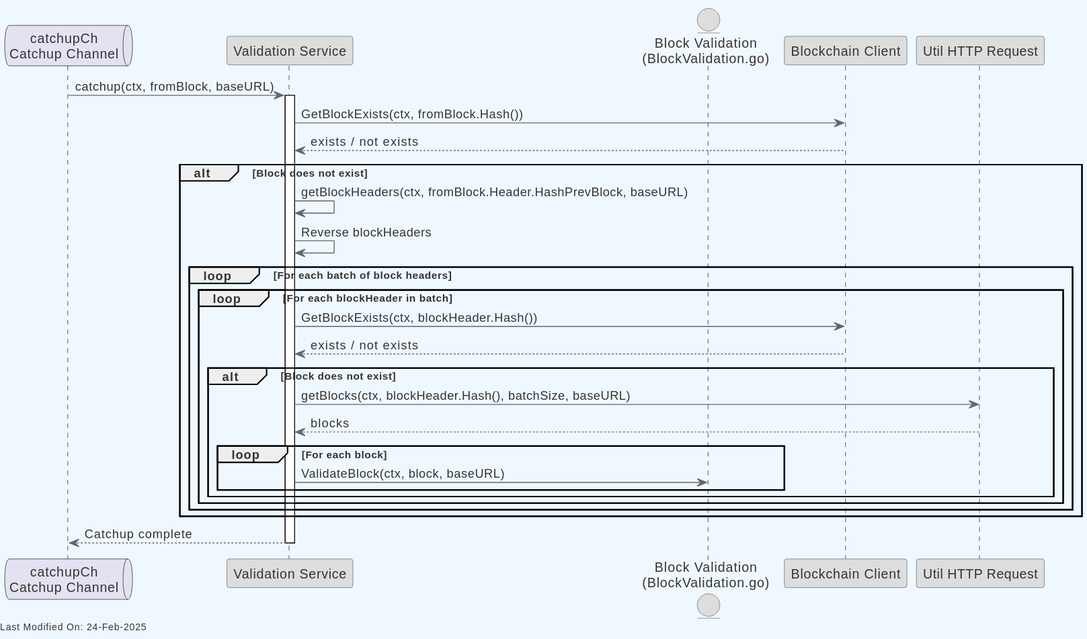
This is docs/topics/services/img/plantuml/blockvalidation/block_validation_p2p_block_catchup.svg from freemans13/teranode, a PlantUML export, as it was before one commit. Its source is kept beside it as docs/topics/services/img/plantuml/blockvalidation/block_validation_p2p_block_catchup.puml.
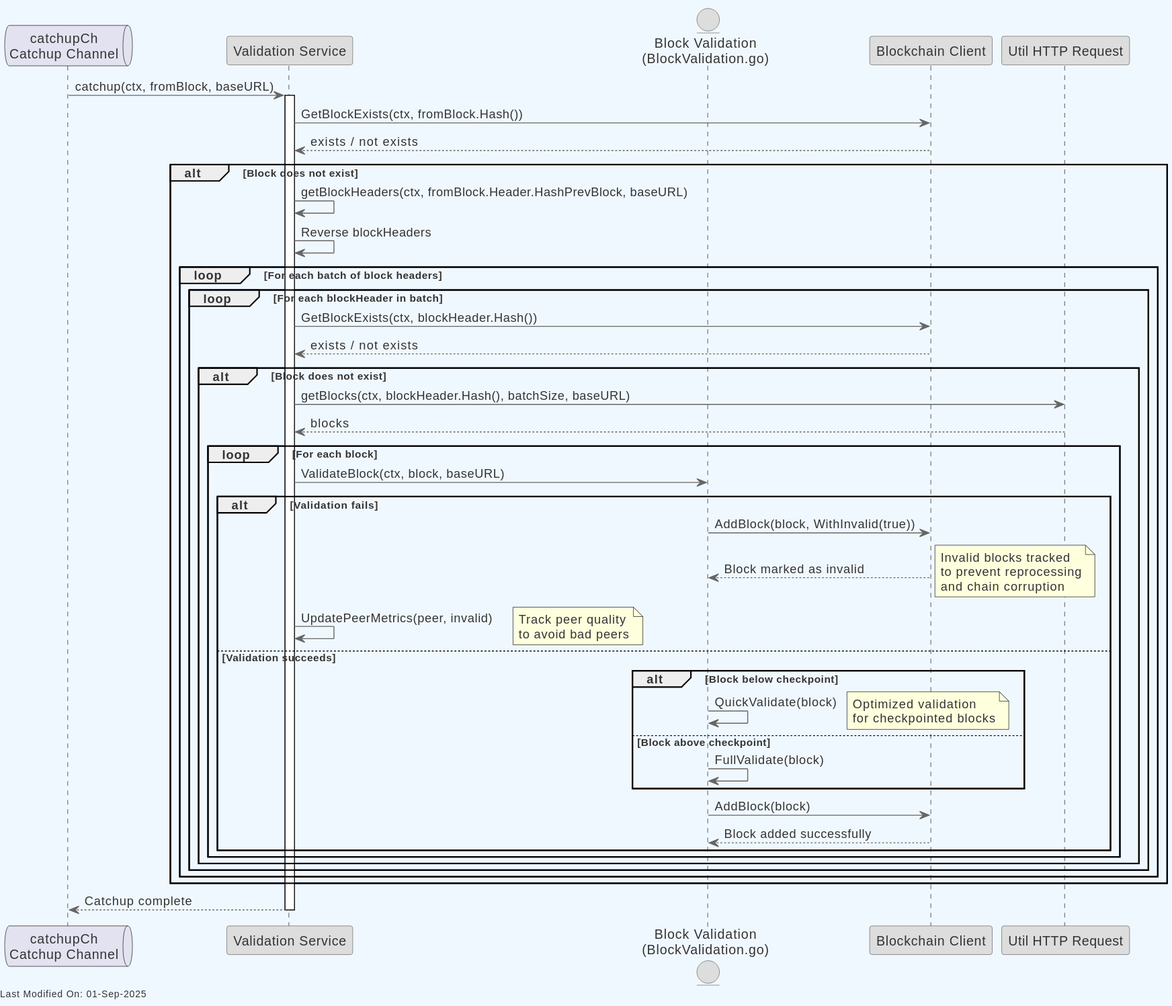
The same file after the commit.

Change to the diagram source:
```diff
@@ -47,6 +47,22 @@
 
                 loop For each block
                     ValidationService -> BVVB: ValidateBlock(ctx, block, baseURL)
+                    alt Validation fails
+                        BVVB -> BC: AddBlock(block, WithInvalid(true))
+                        BC --> BVVB: Block marked as invalid
+                        note right : Invalid blocks tracked\nto prevent reprocessing\nand chain corruption
+                        ValidationService -> ValidationService: UpdatePeerMetrics(peer, invalid)
+                        note right : Track peer quality\nto avoid bad peers
+                    else Validation succeeds
+                        alt Block below checkpoint
+                            BVVB -> BVVB: QuickValidate(block)
+                            note right : Optimized validation\nfor checkpointed blocks
+                        else Block above checkpoint
+                            BVVB -> BVVB: FullValidate(block)
+                        end
+                        BVVB -> BC: AddBlock(block)
+                        BC --> BVVB: Block added successfully
+                    end
                 end
             end
         end
```
